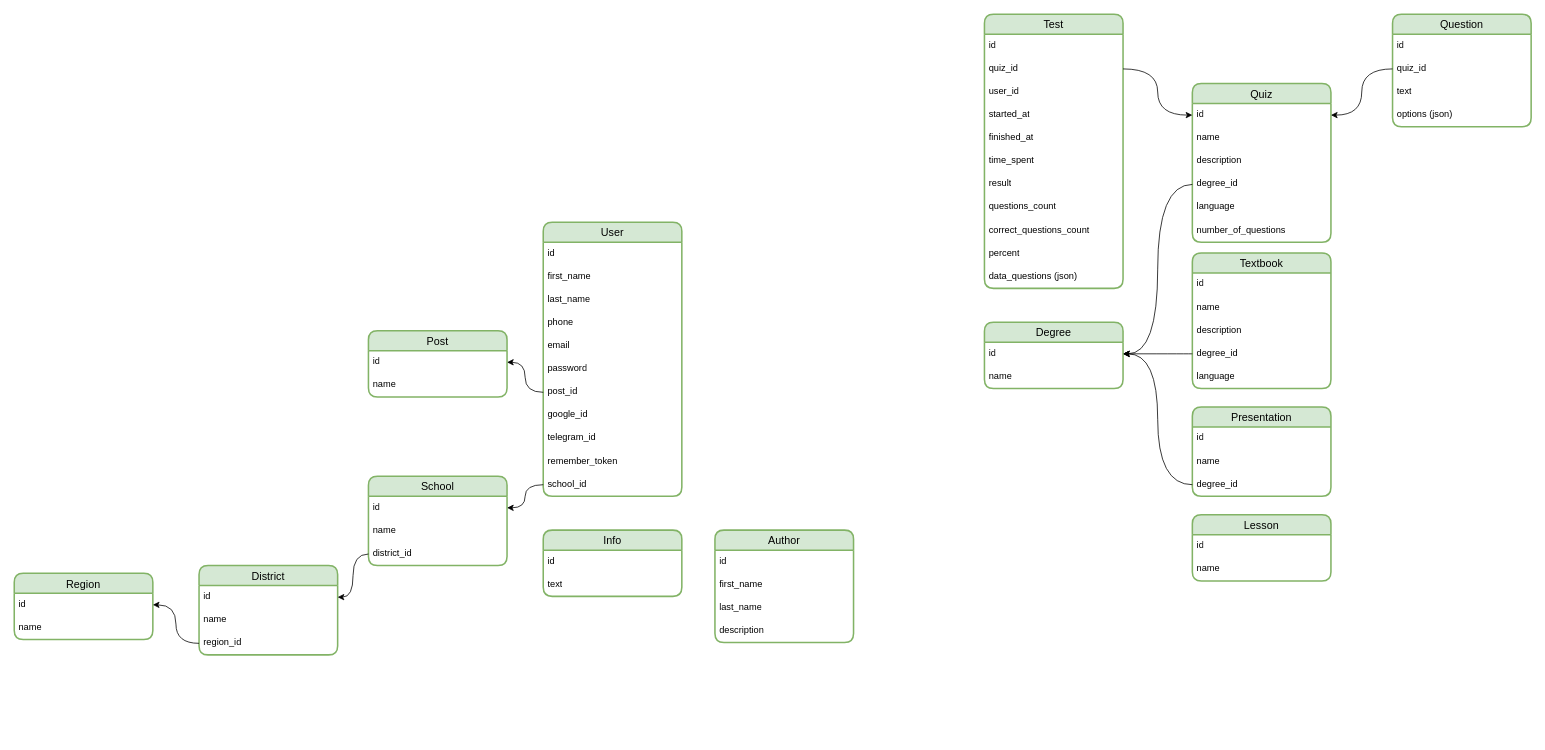
Before: karsoft-learn-platform.drawio in iztileuoff/databases, a draw.io diagram. Source tidied: cells renumbered, new cells numbered last; positions are measured from the earlier drawing's top-left corner, leaving out a move shared by most shapes. Both pictures are drawn from the tidied source at 77%, with x=0, y=0 at pixel (14, 14).
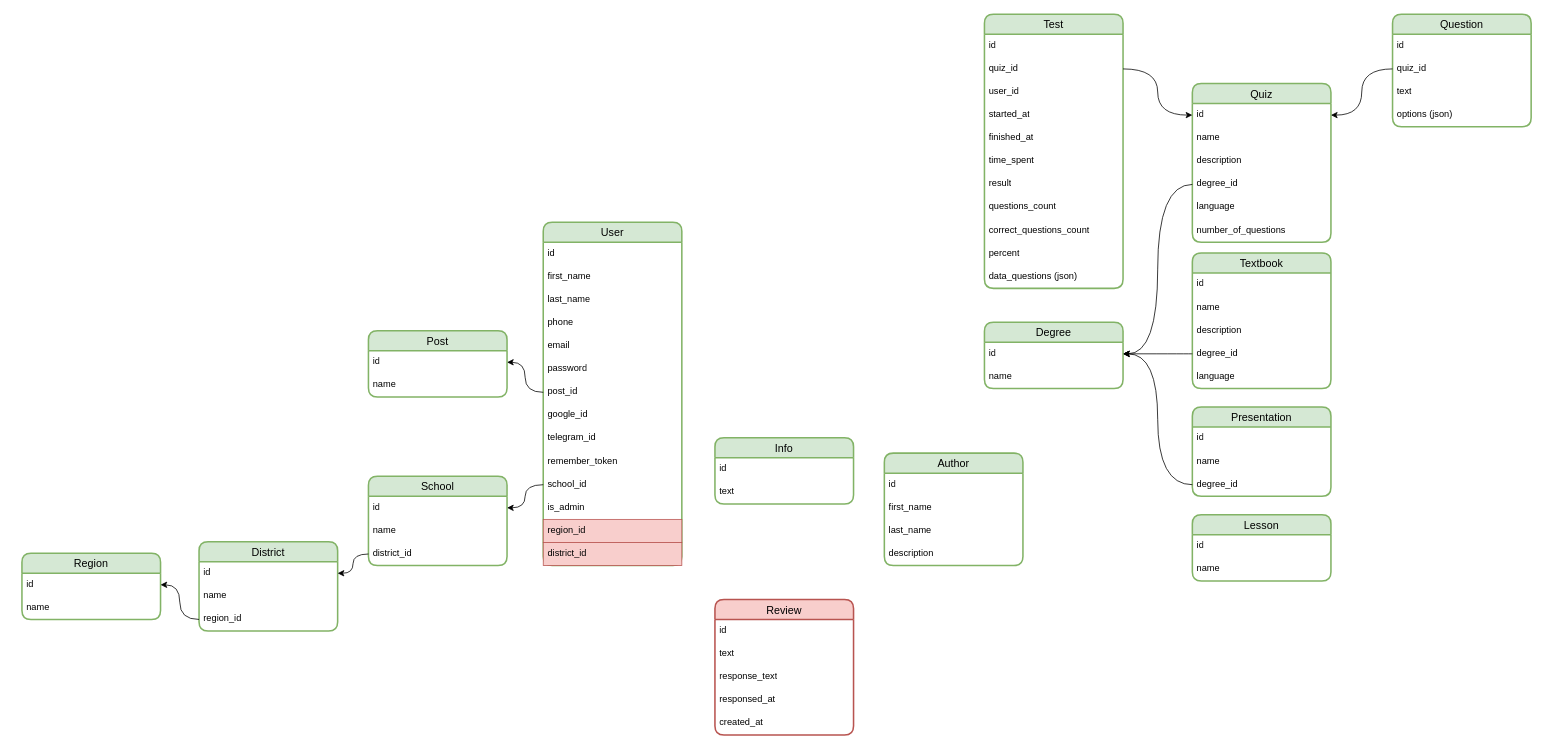
After the change.

Change to the diagram source:
```diff
@@
     <mxCell id="2" value="User" style="swimlane;fontStyle=0;horizontal=1;startSize=26;align=center;fontSize=14;strokeWidth=2;rounded=1;shadow=0;glass=0;swimlaneLine=1;labelBackgroundColor=none;labelBorderColor=none;textShadow=0;fillColor=#d5e8d4;strokeColor=#82b366;" parent="1" vertex="1">
-      <mxGeometry x="687" y="270" width="180" height="356" as="geometry" />
+      <mxGeometry x="687" y="270" width="180" height="446" as="geometry" />
     </mxCell>
@@
+    <mxCell id="85" value="is_admin" style="text;strokeColor=none;fillColor=none;spacingLeft=4;spacingRight=4;overflow=hidden;fontSize=12;whiteSpace=wrap;html=1;" parent="2" vertex="1">
+      <mxGeometry y="356" width="180" height="30" as="geometry" />
+    </mxCell>
+    <mxCell id="86" value="region_id" style="text;strokeColor=#b85450;fillColor=#f8cecc;spacingLeft=4;spacingRight=4;overflow=hidden;fontSize=12;whiteSpace=wrap;html=1;" parent="2" vertex="1">
+      <mxGeometry y="386" width="180" height="30" as="geometry" />
+    </mxCell>
+    <mxCell id="87" value="district_id" style="text;strokeColor=#b85450;fillColor=#f8cecc;spacingLeft=4;spacingRight=4;overflow=hidden;fontSize=12;whiteSpace=wrap;html=1;" parent="2" vertex="1">
+      <mxGeometry y="416" width="180" height="30" as="geometry" />
+    </mxCell>
@@
     <mxCell id="53" value="Info" style="swimlane;fontStyle=0;horizontal=1;startSize=26;align=center;fontSize=14;strokeWidth=2;rounded=1;shadow=0;glass=0;swimlaneLine=1;labelBackgroundColor=none;labelBorderColor=none;textShadow=0;fillColor=#d5e8d4;strokeColor=#82b366;" parent="1" vertex="1">
-      <mxGeometry x="687" y="670" width="180" height="86" as="geometry" />
+      <mxGeometry x="910" y="550" width="180" height="86" as="geometry" />
     </mxCell>
@@
     <mxCell id="62" value="Region" style="swimlane;fontStyle=0;horizontal=1;startSize=26;align=center;fontSize=14;strokeWidth=2;rounded=1;shadow=0;glass=0;swimlaneLine=1;labelBackgroundColor=none;labelBorderColor=none;textShadow=0;fillColor=#d5e8d4;strokeColor=#82b366;" parent="1" vertex="1">
-      <mxGeometry y="726" width="180" height="86" as="geometry" />
+      <mxGeometry x="10" y="700" width="180" height="86" as="geometry" />
     </mxCell>
@@
     <mxCell id="65" value="District" style="swimlane;fontStyle=0;horizontal=1;startSize=26;align=center;fontSize=14;strokeWidth=2;rounded=1;shadow=0;glass=0;swimlaneLine=1;labelBackgroundColor=none;labelBorderColor=none;textShadow=0;fillColor=#d5e8d4;strokeColor=#82b366;" parent="1" vertex="1">
-      <mxGeometry x="240" y="716" width="180" height="116" as="geometry" />
+      <mxGeometry x="240" y="685" width="180" height="116" as="geometry" />
     </mxCell>
@@
     <mxCell id="76" value="Author" style="swimlane;fontStyle=0;horizontal=1;startSize=26;align=center;fontSize=14;strokeWidth=2;rounded=1;shadow=0;glass=0;swimlaneLine=1;labelBackgroundColor=none;labelBorderColor=none;textShadow=0;fillColor=#d5e8d4;strokeColor=#82b366;" parent="1" vertex="1">
-      <mxGeometry x="910" y="670" width="180" height="146" as="geometry" />
+      <mxGeometry x="1130" y="570" width="180" height="146" as="geometry" />
     </mxCell>
@@
+    <mxCell id="88" value="Review" style="swimlane;fontStyle=0;horizontal=1;startSize=26;align=center;fontSize=14;strokeWidth=2;rounded=1;shadow=0;glass=0;swimlaneLine=1;labelBackgroundColor=none;labelBorderColor=none;textShadow=0;fillColor=#f8cecc;strokeColor=#b85450;" parent="1" vertex="1">
+      <mxGeometry x="910" y="760" width="180" height="176" as="geometry" />
+    </mxCell>
+    <mxCell id="89" value="id" style="text;strokeColor=none;fillColor=none;spacingLeft=4;spacingRight=4;overflow=hidden;fontSize=12;whiteSpace=wrap;html=1;" parent="88" vertex="1">
+      <mxGeometry y="26" width="180" height="30" as="geometry" />
+    </mxCell>
+    <mxCell id="90" value="text" style="text;strokeColor=none;fillColor=none;spacingLeft=4;spacingRight=4;overflow=hidden;fontSize=12;whiteSpace=wrap;html=1;" parent="88" vertex="1">
+      <mxGeometry y="56" width="180" height="30" as="geometry" />
+    </mxCell>
+    <mxCell id="91" value="response_text" style="text;strokeColor=none;fillColor=none;spacingLeft=4;spacingRight=4;overflow=hidden;fontSize=12;whiteSpace=wrap;html=1;" parent="88" vertex="1">
+      <mxGeometry y="86" width="180" height="30" as="geometry" />
+    </mxCell>
+    <mxCell id="92" value="responsed_at" style="text;strokeColor=none;fillColor=none;spacingLeft=4;spacingRight=4;overflow=hidden;fontSize=12;whiteSpace=wrap;html=1;" parent="88" vertex="1">
+      <mxGeometry y="116" width="180" height="30" as="geometry" />
+    </mxCell>
+    <mxCell id="93" value="created_at" style="text;strokeColor=none;fillColor=none;spacingLeft=4;spacingRight=4;overflow=hidden;fontSize=12;whiteSpace=wrap;html=1;" parent="88" vertex="1">
+      <mxGeometry y="146" width="180" height="30" as="geometry" />
+    </mxCell>
```
